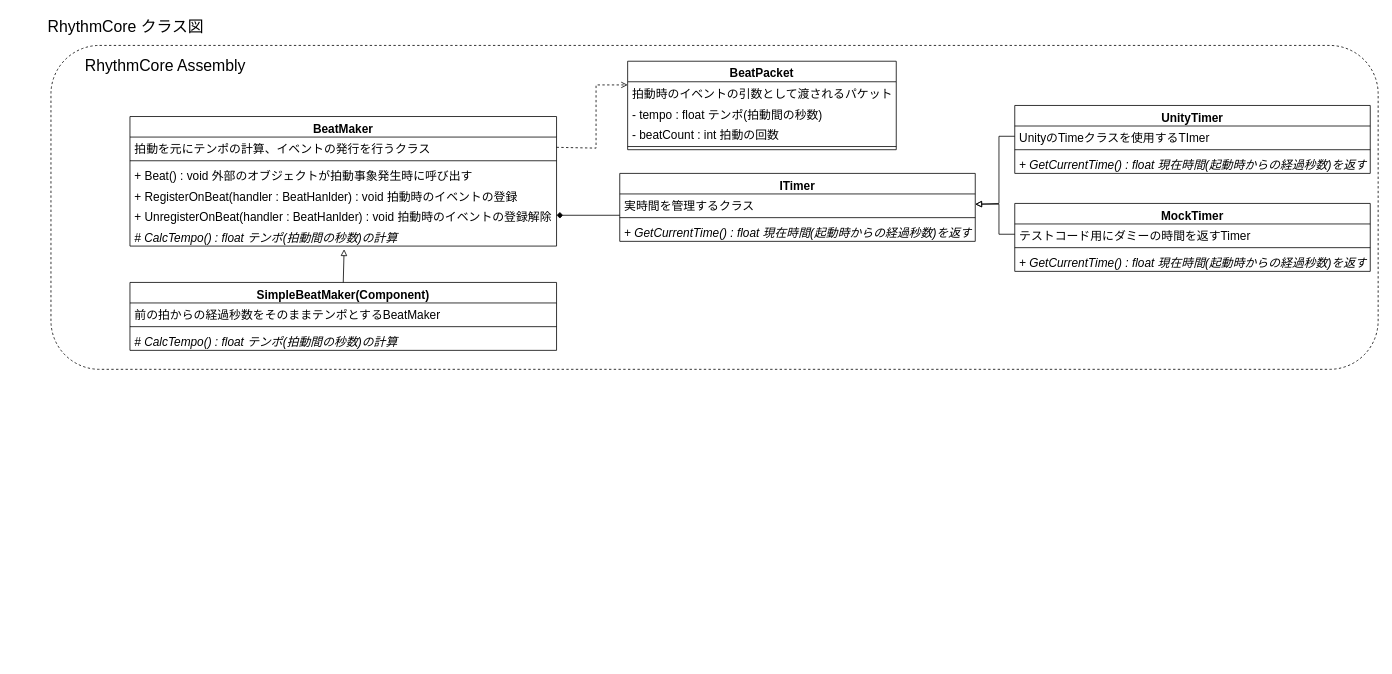
Above: Designs/RhythmCore_ClassDiagram.drawio in Dumble009/RhythmCore (draw.io), before the change. Source tidied: cells renumbered, new cells numbered last; positions are measured from the earlier drawing's top-left corner, leaving out a move shared by most shapes. Both pictures are drawn from the tidied source at 79%, with x=0, y=0 at pixel (43, 13).
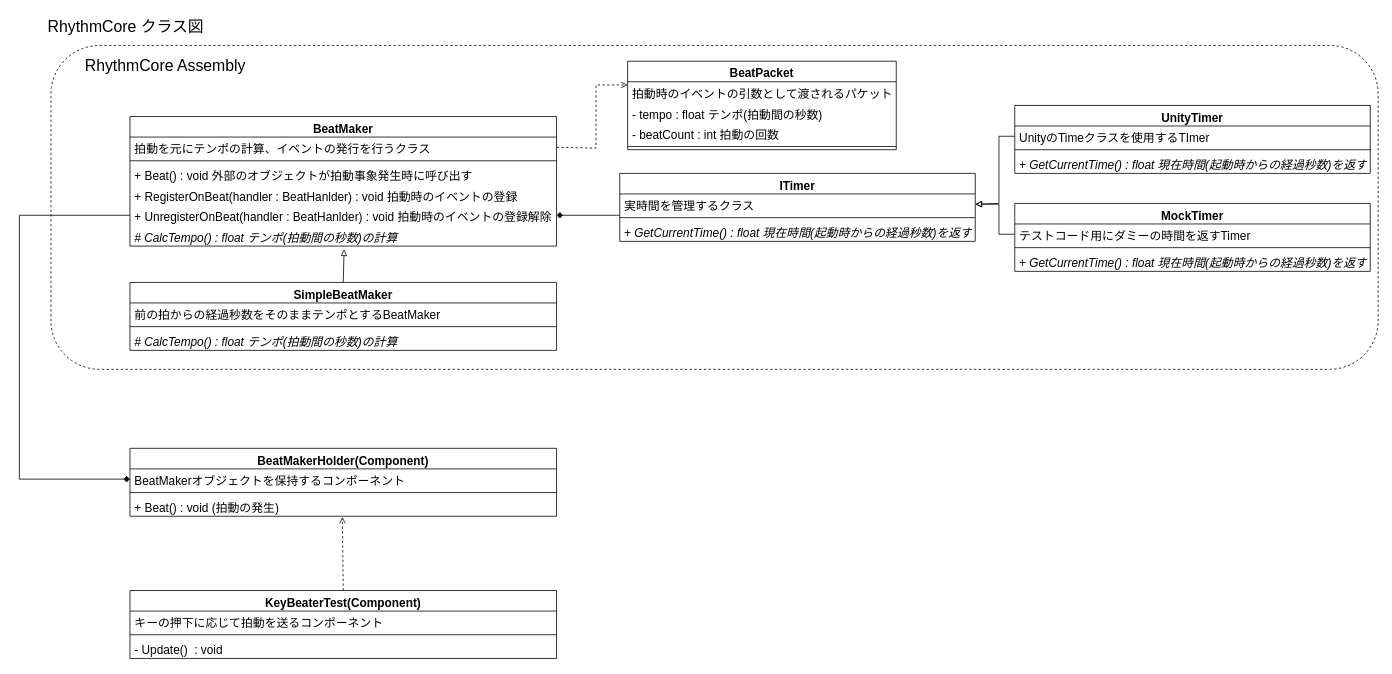
After the change.

The change refers to these unchanged cells:
```xml
<mxCell id="9" value="+ UnregisterOnBeat(handler : BeatHanlder) : void 拍動時のイベントの登録解除" style="text;strokeColor=none;fillColor=none;align=left;verticalAlign=top;spacingLeft=4;spacingRight=4;overflow=hidden;points=[[0,0.5],[1,0.5]];portConstraint=eastwest;fontSize=15;fontStyle=0;" parent="4" vertex="1">
  <mxGeometry y="112" width="540" height="26" as="geometry" />
</mxCell>
```

Diff of the diagram source:
```diff
@@
-    <mxCell id="18" value="SimpleBeatMaker(Component)" style="swimlane;fontStyle=1;align=center;verticalAlign=top;horizontal=1;startSize=26;fontSize=15;" parent="1" vertex="1">
+    <mxCell id="18" value="SimpleBeatMaker" style="swimlane;fontStyle=1;align=center;verticalAlign=top;horizontal=1;startSize=26;fontSize=15;" parent="1" vertex="1">
       <mxGeometry x="110" y="340" width="540" height="86" as="geometry" />
     </mxCell>
@@
+    <mxCell id="38" value="KeyBeaterTest(Component)" style="swimlane;fontStyle=1;align=center;verticalAlign=top;horizontal=1;startSize=26;fontSize=15;" parent="1" vertex="1">
+      <mxGeometry x="110" y="730" width="540" height="86" as="geometry" />
+    </mxCell>
+    <mxCell id="39" value="キーの押下に応じて拍動を送るコンポーネント" style="text;strokeColor=none;fillColor=none;align=left;verticalAlign=top;spacingLeft=4;spacingRight=4;overflow=hidden;fontSize=15;" parent="38" vertex="1">
+      <mxGeometry y="26" width="540" height="26" as="geometry" />
+    </mxCell>
+    <mxCell id="40" style="line;strokeWidth=1;fillColor=none;align=left;verticalAlign=middle;spacingTop=-1;spacingLeft=3;spacingRight=3;labelPosition=right;fontSize=20;" parent="38" vertex="1">
+      <mxGeometry y="52" width="540" height="8" as="geometry" />
+    </mxCell>
+    <mxCell id="41" value="- Update()  : void" style="text;strokeColor=none;fillColor=none;align=left;verticalAlign=top;spacingLeft=4;spacingRight=4;overflow=hidden;fontSize=15;fontStyle=0;" parent="38" vertex="1">
+      <mxGeometry y="60" width="540" height="26" as="geometry" />
+    </mxCell>
+    <mxCell id="42" value="BeatMakerHolder(Component)" style="swimlane;fontStyle=1;align=center;verticalAlign=top;horizontal=1;startSize=26;fontSize=15;" parent="1" vertex="1">
+      <mxGeometry x="110" y="550" width="540" height="86" as="geometry" />
+    </mxCell>
+    <mxCell id="43" value="BeatMakerオブジェクトを保持するコンポーネント   " style="text;strokeColor=none;fillColor=none;align=left;verticalAlign=top;spacingLeft=4;spacingRight=4;overflow=hidden;points=[[0,0.5],[1,0.5]];portConstraint=eastwest;fontSize=15;" parent="42" vertex="1">
+      <mxGeometry y="26" width="540" height="26" as="geometry" />
+    </mxCell>
+    <mxCell id="44" style="line;strokeWidth=1;fillColor=none;align=left;verticalAlign=middle;spacingTop=-1;spacingLeft=3;spacingRight=3;labelPosition=right;fontSize=20;" parent="42" vertex="1">
+      <mxGeometry y="52" width="540" height="8" as="geometry" />
+    </mxCell>
+    <mxCell id="45" value="+ Beat() : void (拍動の発生)" style="text;strokeColor=none;fillColor=none;align=left;verticalAlign=top;spacingLeft=4;spacingRight=4;overflow=hidden;points=[[0,0.5],[1,0.5]];portConstraint=eastwest;fontSize=15;fontStyle=0;" parent="42" vertex="1">
+      <mxGeometry y="60" width="540" height="26" as="geometry" />
+    </mxCell>
+    <mxCell id="46" style="endArrow=diamond;html=1;rounded=0;exitX=0;exitY=0.5;exitDx=0;exitDy=0;entryX=0;entryY=0.5;entryDx=0;entryDy=0;endFill=1;" parent="1" edge="1" source="9" target="43">
+      <mxGeometry relative="1" as="geometry">
+        <Array as="points">
+          <mxPoint x="-30" y="255" />
+          <mxPoint x="-30" y="589" />
+        </Array>
+      </mxGeometry>
+    </mxCell>
+    <mxCell id="47" style="endArrow=open;html=1;rounded=0;exitX=0.5;exitY=0;exitDx=0;exitDy=0;entryX=0.498;entryY=1.033;entryDx=0;entryDy=0;entryPerimeter=0;endFill=0;dashed=1;" parent="1" edge="1" source="38" target="45">
+      <mxGeometry relative="1" as="geometry" />
+    </mxCell>
```
